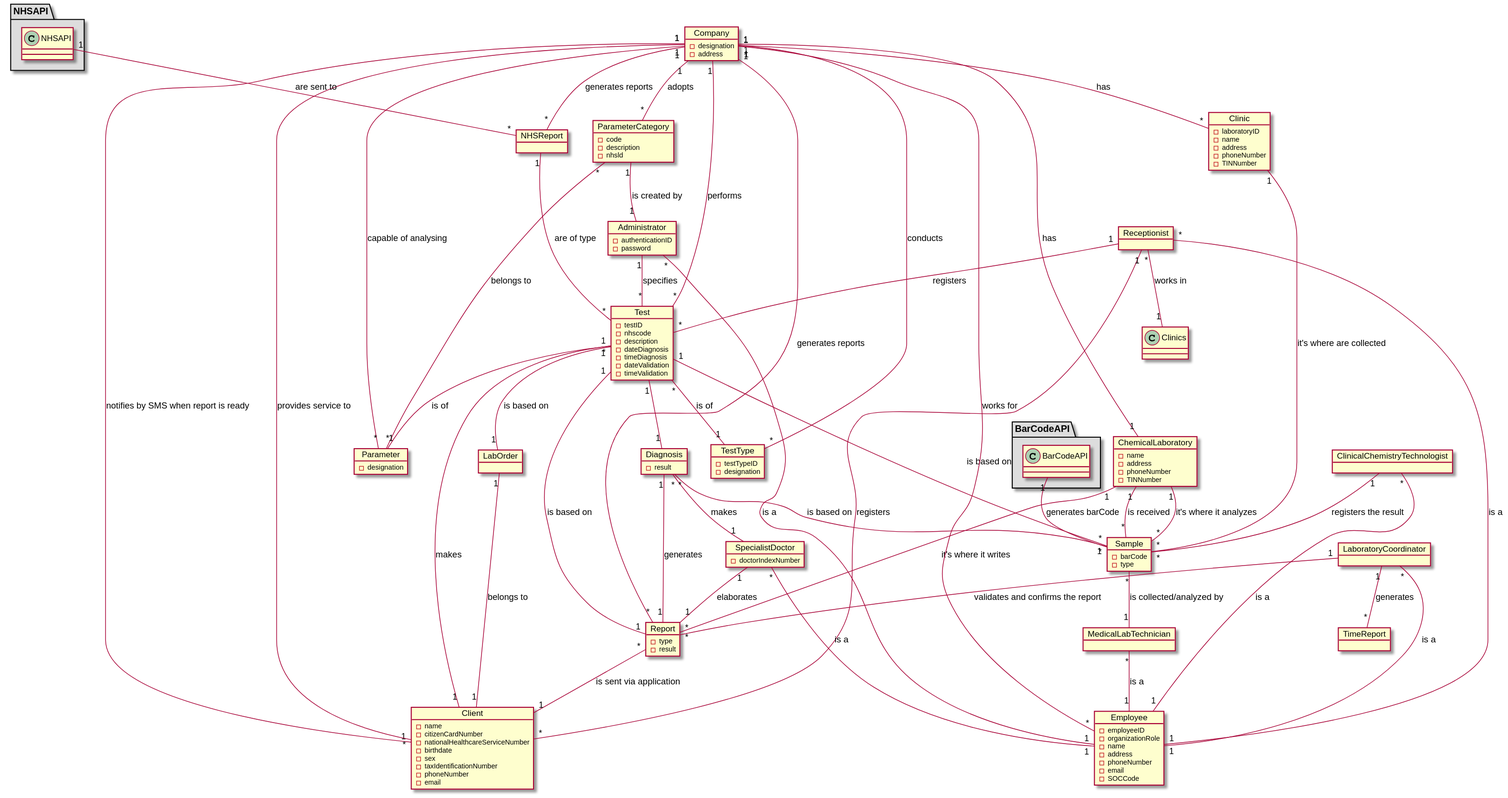
Above: docs/SprintC/DomainModel/domainModel.svg in jsmarques98/LAPR2-ISEP (PlantUML), before the change. The source it was exported from:
```plantuml
@startuml

object Company{
-designation
-address
}

object LabOrder{
}

object Test{
-testID
-nhscode
-description
-dateDiagnosis
-timeDiagnosis
-dateValidation
-timeValidation
}


object Clinic{
-laboratoryID
-name
-address
-phoneNumber
-TINNumber
}

object Parameter{
-designation
}

object ParameterCategory{
-code
-description
-nhsld
}


object Administrator{
-authenticationID
-password
}

object Diagnosis{
-result
}

object Sample{
-barCode
-type
}

object Report{
-type
-result
}


object Employee{
-employeeID
-organizationRole
-name
-address
-phoneNumber
-email
-SOCCode

}

object MedicalLabTechnician{
}

object SpecialistDoctor{
-doctorIndexNumber
}

object LaboratoryCoordinator{

}

object Client{
-name
-citizenCardNumber
-nationalHealthcareServiceNumber
-birthdate
-sex
-taxIdentificationNumber
-phoneNumber
-email
}

object Receptionist{
}

object ClinicalChemistryTechnologist{

}

object ChemicalLaboratory{
-name
-address
-phoneNumber
-TINNumber
}

object TestType{
-testTypeID
-designation
}

object NHSReport{
}


object BarCodeAPI{
}


object NHSAPI{
}

object TimeReport{
}

Company "1" -- "*" TestType : conducts
Company "1" -- "*" Test : performs
Company "1" -- "*" Clinic : has
Company "1" -- "1" ChemicalLaboratory : has
Company "1" -- "*" Parameter : capable of analysing
Company "1" -- "*" ParameterCategory : adopts


ParameterCategory "*" -- "1" Parameter : belongs to
ParameterCategory "1" -- "1" Administrator : is created by

Test "*" -- "1" Client : makes
Test "1" -- "*" Parameter : is of
Test "*" -- "1" TestType : is of
Test "1" -- "1" Diagnosis

Sample "*" -- "1" MedicalLabTechnician : is collected/analyzed by
Sample "*" -- "1" Test : is based on

Diagnosis "*" -- "1" SpecialistDoctor : makes
SpecialistDoctor "1" -- "1" Report : elaborates
Diagnosis "1" -- "1" Report : generates
Diagnosis "*" -- "1" Sample : is based on
Report "1" -- "1" Test : is based on
Report "*" -- "1" Client : is sent via application
Administrator "1" -- "*" Test : specifies
Receptionist "1" -- "*" Client : registers
Receptionist "1" -- "*" Test : registers
LaboratoryCoordinator "1" -- "*" Report : validates and confirms the report
ChemicalLaboratory "1" -- "*" Sample : is received
ClinicalChemistryTechnologist "1" -- "*" Sample : registers the result
ChemicalLaboratory "1" -- "*" Sample : it's where it analyzes
ChemicalLaboratory "1" -- "*" Report : it's where it writes
Clinic "1" -- "*" Sample : it's where are collected
Company "1" -- "1" Client : notifies by SMS when report is ready

Company "1" -- "*" Report : generates reports
NHSReport "1" -- "*" Test : are of type
Company "1" -- "*" NHSReport : generates reports
LabOrder "1" -- "1" Client : belongs to


package "BarCodeAPI" #DDDDDD{
	BarCodeAPI "1" -- "*" Sample : generates barCode
}


package "NHSAPI" #DDDDDD{
	NHSAPI "1" -- "*" NHSReport : are sent to
}

Test "1" -- "1" LabOrder : is based on

ClinicalChemistryTechnologist "*" -- "1" Employee : is a
LaboratoryCoordinator "*" -- "1" Employee : is a
Receptionist "*" -- "1" Employee : is a
SpecialistDoctor "*" -- "1" Employee : is a
MedicalLabTechnician "*" -- "1" Employee : is a
Employee "*" -- "1" Company : works for

LaboratoryCoordinator "1" -- "*" TimeReport : generates
Administrator "*" -- "1" Employee : is a

Company "1" -- "*" Client : provides service to
Receptionist "*" -- "1" Clinics :  works in

@enduml
```
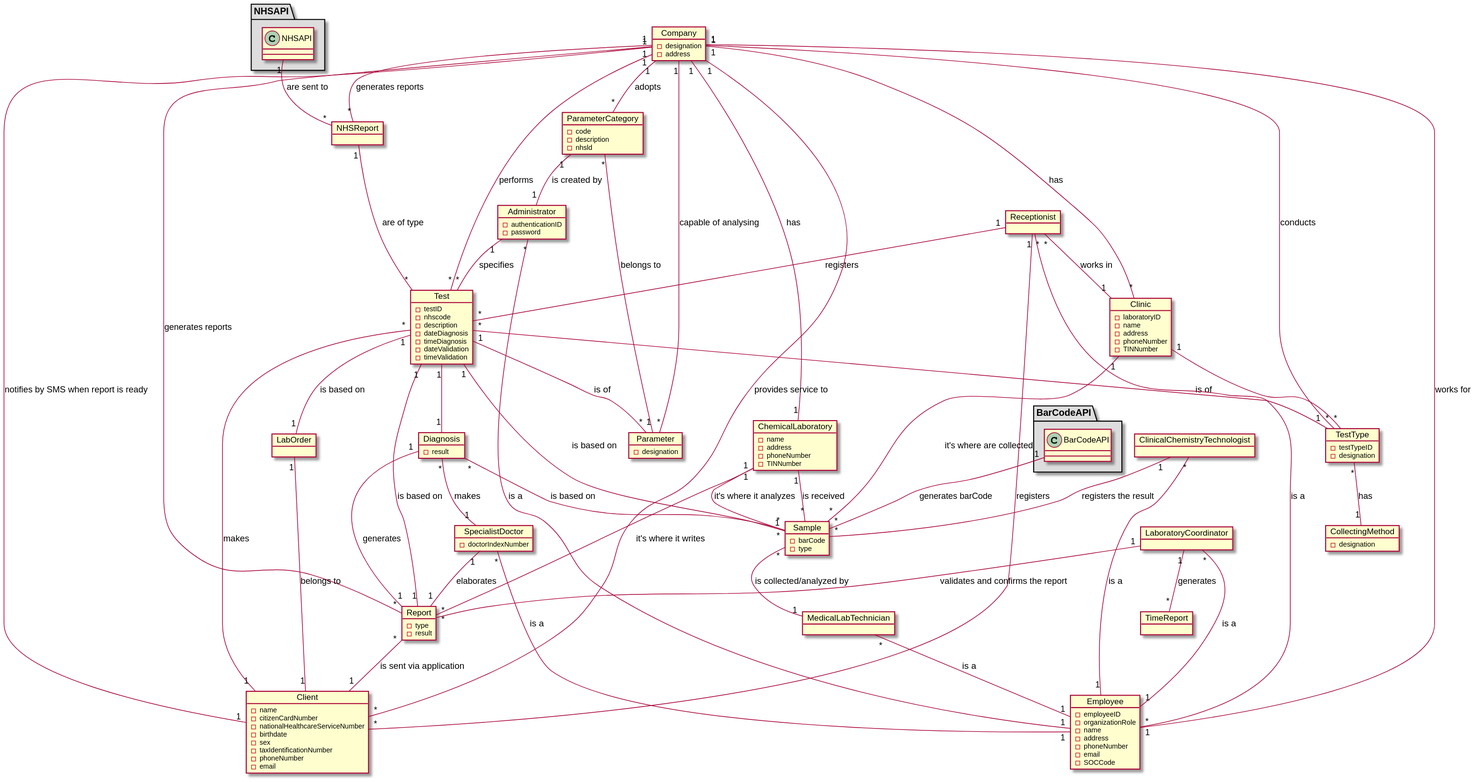
Later version of the same file.

Change to the diagram source:
```diff
@@ -124,7 +124,13 @@
 object TimeReport{
 }
 
+object CollectingMethod{
+-designation
+}
+
 Company "1" -- "*" TestType : conducts
+TestType "*" -- "1" CollectingMethod : has
+
 Company "1" -- "*" Test : performs
 Company "1" -- "*" Clinic : has
 Company "1" -- "1" ChemicalLaboratory : has
@@ -188,6 +194,8 @@
 Administrator "*" -- "1" Employee : is a
 
 Company "1" -- "*" Client : provides service to
-Receptionist "*" -- "1" Clinics :  works in
+Receptionist "*" -- "1" Clinic :  works in
+
+Clinic "1" -- "*" TestType
 
 @enduml
```
